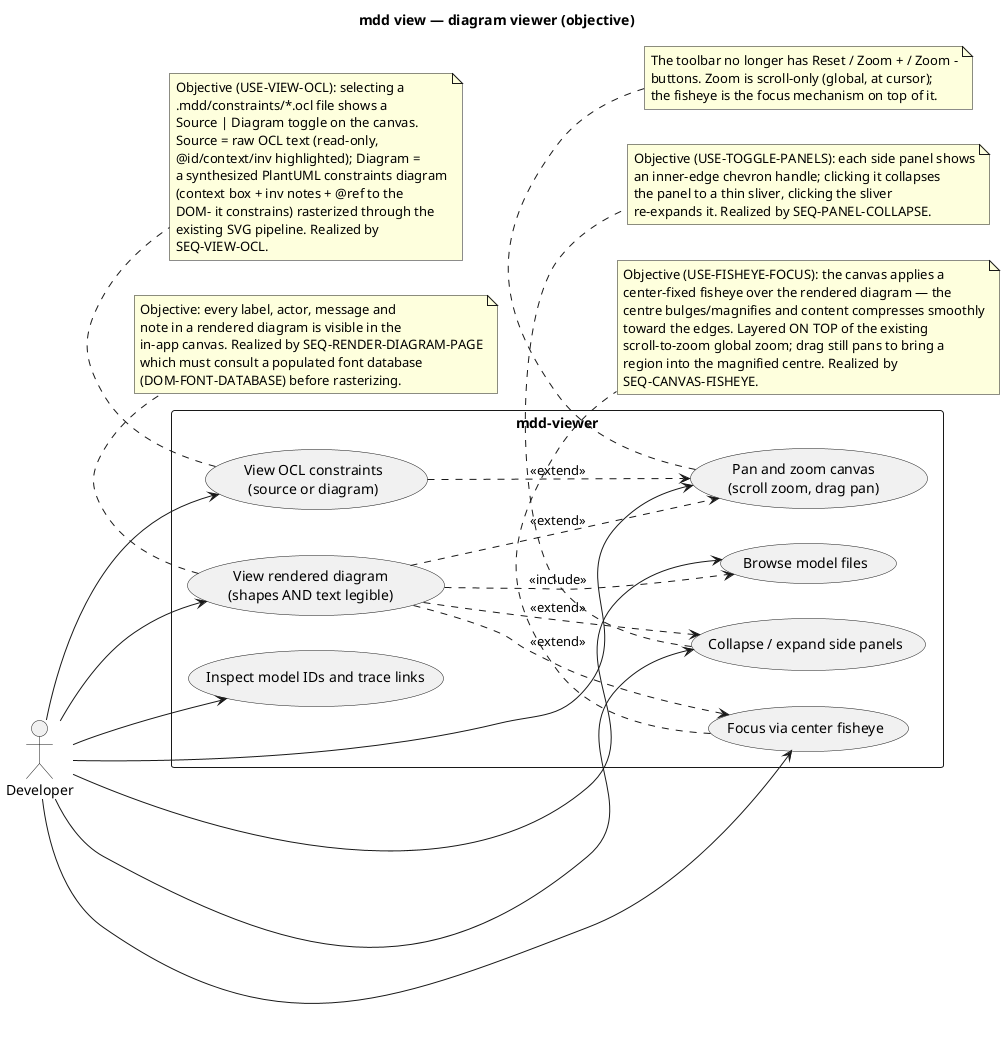
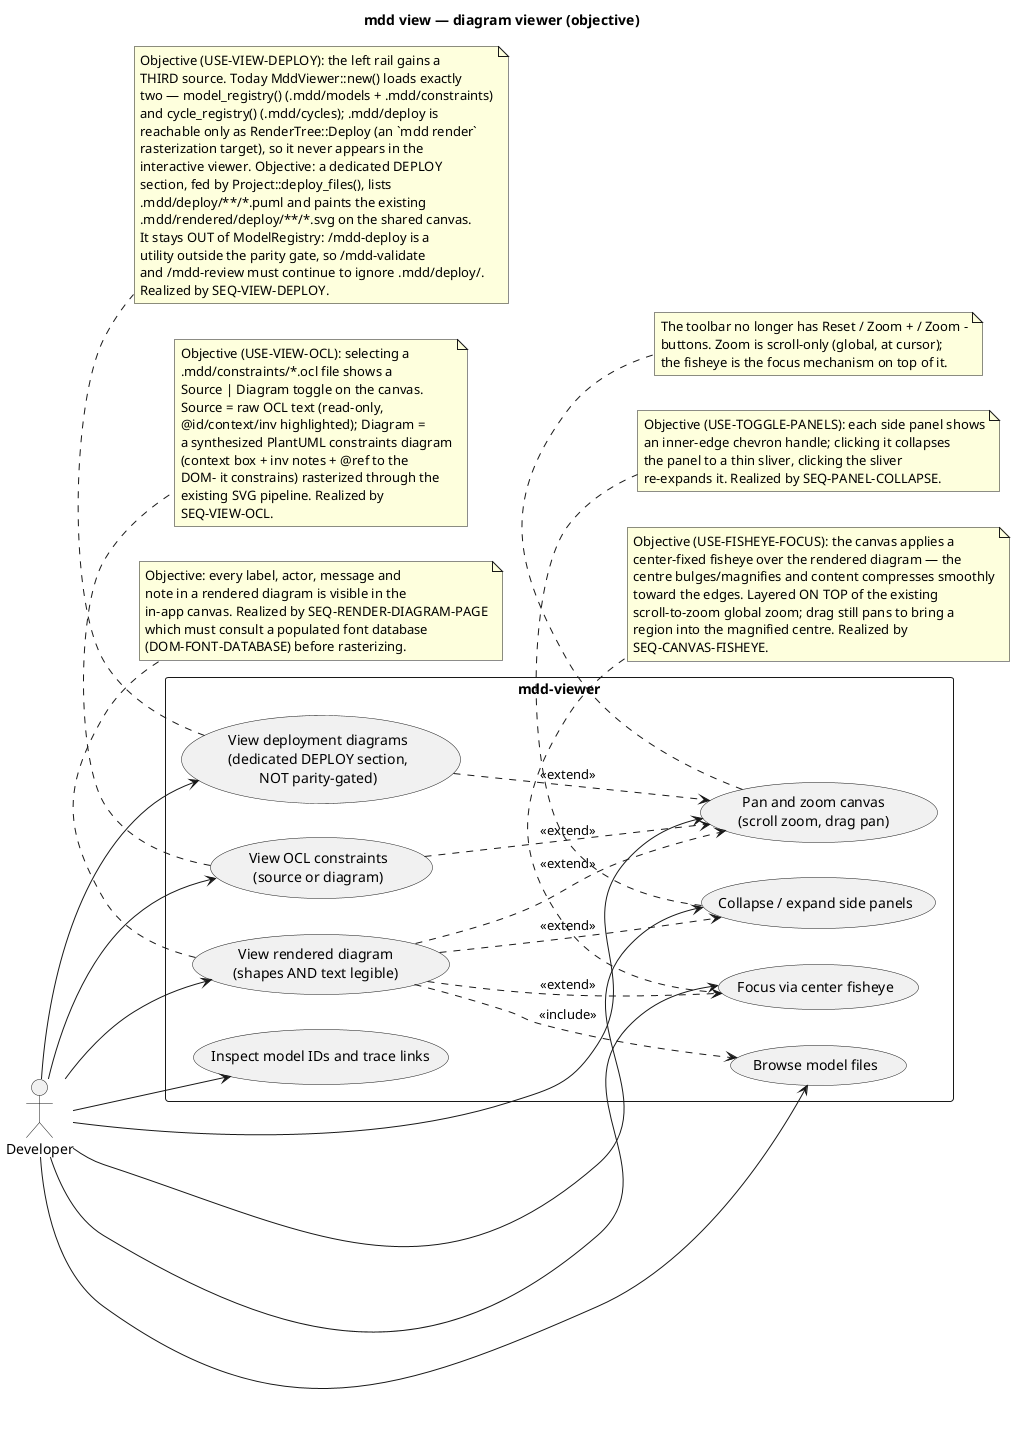
@startuml
' @id(USE-VIEW-DIAGRAMS)
' @desc(USE-VIEW-DIAGRAMS, "Developer views a rendered model diagram on the in-app canvas with shapes and text legible.")
' @id(USE-FISHEYE-FOCUS)
' @desc(USE-FISHEYE-FOCUS, "Developer focuses on part of a diagram via a center-fixed fisheye that magnifies the canvas centre and compresses content toward the edges, layered on the scroll global zoom.")
' @id(USE-TOGGLE-PANELS)
' @desc(USE-TOGGLE-PANELS, "Developer collapses or expands the left MODELS panel and the right MODEL CONTEXT panel via an inner-edge handle, reclaiming canvas width on demand.")
' @id(USE-VIEW-OCL)
' @desc(USE-VIEW-OCL, "Developer selects an .ocl constraint file and views it on the canvas with a Source/Diagram toggle: Source shows the raw OCL text, Diagram shows a synthesized PlantUML constraints diagram.")
+ ' @id(USE-VIEW-DEPLOY)
+ ' @desc(USE-VIEW-DEPLOY, "Developer sees /mdd-deploy deployment diagrams (.mdd/deploy/**/*.puml) in `mdd view`, listed in a DEDICATED 'DEPLOY' rail section that is visibly labelled as a utility artifact OUTSIDE the current<->objective parity gate. Selecting one paints its already-rendered .mdd/rendered/deploy/**/*.svg on the same canvas. The section is a THIRD viewer ingestion source alongside the model registry and the cycle registry; deployment files never enter ModelRegistry, so /mdd-validate and /mdd-review still never read .mdd/deploy/.")
' Objective-side use-case view. Same text-legibility acceptance as before,
- ' plus the focus+context fisheye, the collapsible side panels, and an
- ' OCL constraint viewer; the toolbar no longer carries zoom controls.
+ ' plus the focus+context fisheye, the collapsible side panels, an
+ ' OCL constraint viewer, and a dedicated non-gated DEPLOY section that
+ ' surfaces .mdd/deploy diagrams in the viewer; the toolbar no longer
+ ' carries zoom controls.
title mdd view — diagram viewer (objective)

left to right direction

actor "Developer" as Dev

rectangle "mdd-viewer" {
  usecase "View rendered diagram\n(shapes AND text legible)" as View
  usecase "Browse model files" as Browse
  usecase "Pan and zoom canvas\n(scroll zoom, drag pan)" as PanZoom
  usecase "Focus via center fisheye" as Fisheye
  usecase "Collapse / expand side panels" as Panels
  usecase "Inspect model IDs and trace links" as Trace
  usecase "View OCL constraints\n(source or diagram)" as ViewOcl
+   usecase "View deployment diagrams\n(dedicated DEPLOY section,\nNOT parity-gated)" as ViewDeploy
}

Dev --> View
Dev --> Browse
Dev --> PanZoom
Dev --> Fisheye
Dev --> Panels
Dev --> Trace
Dev --> ViewOcl
+ Dev --> ViewDeploy

View ..> Browse : <<include>>
View ..> PanZoom : <<extend>>
View ..> Fisheye : <<extend>>
View ..> Panels : <<extend>>
ViewOcl ..> PanZoom : <<extend>>
+ ViewDeploy ..> PanZoom : <<extend>>

note bottom of ViewOcl
  Objective (USE-VIEW-OCL): selecting a
  .mdd/constraints/*.ocl file shows a
  Source | Diagram toggle on the canvas.
  Source = raw OCL text (read-only,
  @id/context/inv highlighted); Diagram =
  a synthesized PlantUML constraints diagram
  (context box + inv notes + @ref to the
  DOM- it constrains) rasterized through the
  existing SVG pipeline. Realized by
  SEQ-VIEW-OCL.
end note

note bottom of View
  Objective: every label, actor, message and
  note in a rendered diagram is visible in the
  in-app canvas. Realized by SEQ-RENDER-DIAGRAM-PAGE
  which must consult a populated font database
  (DOM-FONT-DATABASE) before rasterizing.
end note

note bottom of Fisheye
  Objective (USE-FISHEYE-FOCUS): the canvas applies a
  center-fixed fisheye over the rendered diagram — the
  centre bulges/magnifies and content compresses smoothly
  toward the edges. Layered ON TOP of the existing
  scroll-to-zoom global zoom; drag still pans to bring a
  region into the magnified centre. Realized by
  SEQ-CANVAS-FISHEYE.
end note

note bottom of PanZoom
  The toolbar no longer has Reset / Zoom + / Zoom -
  buttons. Zoom is scroll-only (global, at cursor);
  the fisheye is the focus mechanism on top of it.
end note

note bottom of Panels
  Objective (USE-TOGGLE-PANELS): each side panel shows
  an inner-edge chevron handle; clicking it collapses
  the panel to a thin sliver, clicking the sliver
  re-expands it. Realized by SEQ-PANEL-COLLAPSE.
end note
+ 
+ note bottom of ViewDeploy
+   Objective (USE-VIEW-DEPLOY): the left rail gains a
+   THIRD source. Today MddViewer::new() loads exactly
+   two — model_registry() (.mdd/models + .mdd/constraints)
+   and cycle_registry() (.mdd/cycles); .mdd/deploy is
+   reachable only as RenderTree::Deploy (an `mdd render`
+   rasterization target), so it never appears in the
+   interactive viewer. Objective: a dedicated DEPLOY
+   section, fed by Project::deploy_files(), lists
+   .mdd/deploy/**/*.puml and paints the existing
+   .mdd/rendered/deploy/**/*.svg on the shared canvas.
+   It stays OUT of ModelRegistry: /mdd-deploy is a
+   utility outside the parity gate, so /mdd-validate
+   and /mdd-review must continue to ignore .mdd/deploy/.
+   Realized by SEQ-VIEW-DEPLOY.
+ end note
@enduml
